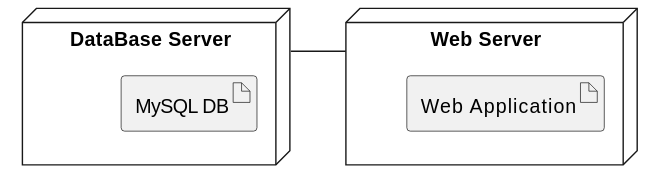
Above: out/plant_uml/deploymentRepresentation/deploymentRepresentation.svg in gigl-uml/Guide_uml_polymtl (PlantUML), before the change.
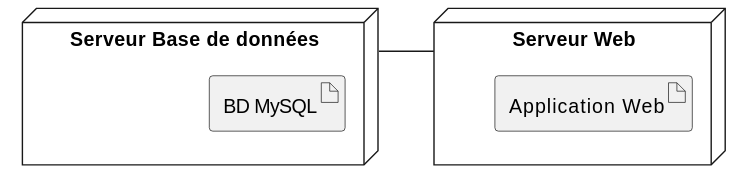
After the change.

Commit message:
deployment traduction

Change to the diagram source:
```diff
@@ -2,12 +2,12 @@
 skinparam backgroundcolor transparent
 skinparam linetype ortho
 
-node "DataBase Server" as DB {
-  artifact "MySQL DB"
+node "Serveur Base de données" as DB {
+  artifact "BD MySQL"
 }
 
-node "Web Server" as webServer {
-  artifact "Web Application"
+node "Serveur Web" as webServer {
+  artifact "Application Web"
 }
 
 DB -r-- webServer
```
